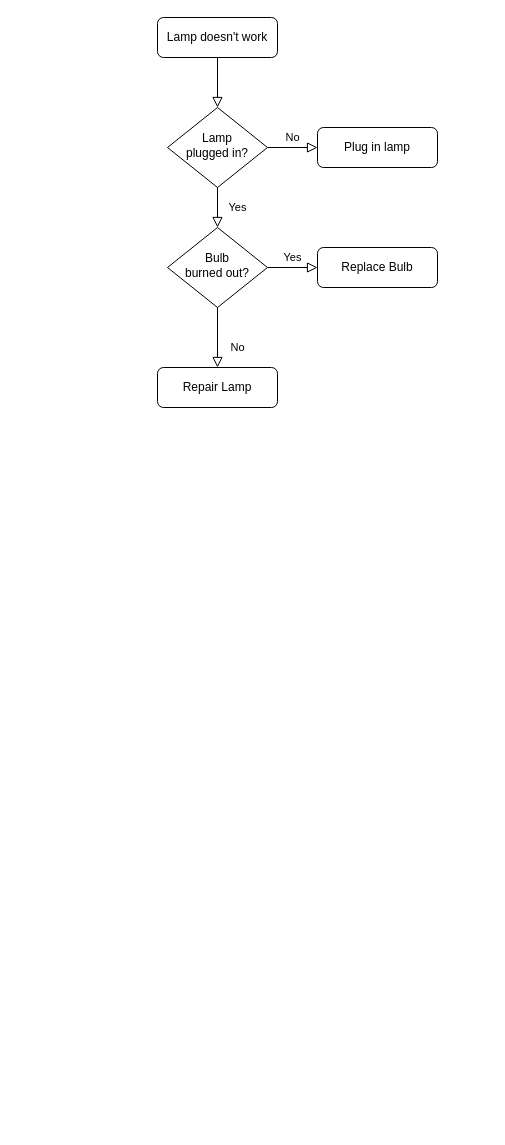
The draw.io diagram Untitled Diagram.drawio in Tobias-Gotbaum99/Tobias-Gotbaum99, before the edit. Source tidied: cells renumbered, new cells numbered last; positions are measured from the earlier drawing's top-left corner, leaving out a move shared by most shapes. Both pictures are drawn from the tidied source at 100%, with x=0, y=0 at pixel (157, 17).
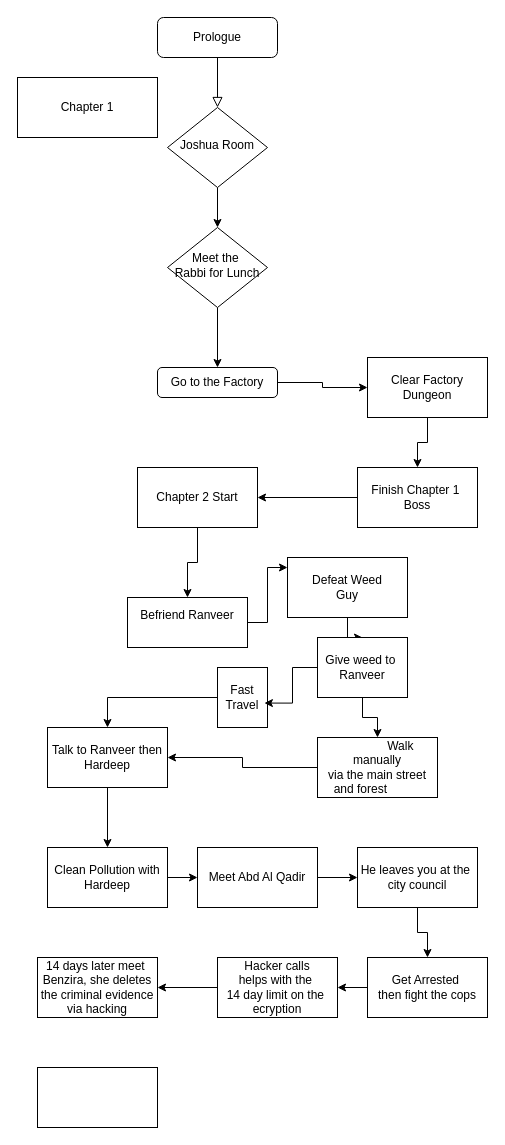
Above is the later version.

The edit, as a diff of the source:
```diff
@@
-    <mxCell id="3" value="Lamp doesn't work" style="rounded=1;whiteSpace=wrap;html=1;fontSize=12;glass=0;strokeWidth=1;shadow=0;" parent="1" vertex="1">
+    <mxCell id="3" value="Prologue" style="rounded=1;whiteSpace=wrap;html=1;fontSize=12;glass=0;strokeWidth=1;shadow=0;" parent="1" vertex="1">
       <mxGeometry width="120" height="40" as="geometry" />
     </mxCell>
-    <mxCell id="4" value="Yes" style="rounded=0;html=1;jettySize=auto;fontSize=11;endArrow=block;endFill=0;endSize=8;strokeWidth=1;shadow=0;labelBackgroundColor=none;edgeStyle=orthogonalEdgeStyle;" parent="1" edge="1" source="6" target="10">
-      <mxGeometry y="20" relative="1" as="geometry" />
+    <mxCell id="4" style="edgeStyle=orthogonalEdgeStyle;rounded=0;jettySize=auto;html=1;" parent="1" edge="1" source="6" target="10">
+      <mxGeometry relative="1" as="geometry" />
     </mxCell>
-    <mxCell id="5" value="No" style="edgeStyle=orthogonalEdgeStyle;rounded=0;html=1;jettySize=auto;fontSize=11;endArrow=block;endFill=0;endSize=8;strokeWidth=1;shadow=0;labelBackgroundColor=none;" parent="1" edge="1" source="6" target="7">
-      <mxGeometry y="10" relative="1" as="geometry" />
-    </mxCell>
-    <mxCell id="6" value="Lamp&lt;br&gt;plugged in?" style="rhombus;whiteSpace=wrap;html=1;shadow=0;fontFamily=Helvetica;fontSize=12;align=center;strokeWidth=1;spacing=6;spacingTop=-4;" parent="1" vertex="1">
+    <mxCell id="6" value="Joshua Room" style="rhombus;whiteSpace=wrap;html=1;shadow=0;fontFamily=Helvetica;fontSize=12;align=center;strokeWidth=1;spacing=6;spacingTop=-4;" parent="1" vertex="1">
       <mxGeometry x="10" y="90" width="100" height="80" as="geometry" />
     </mxCell>
-    <mxCell id="7" value="Plug in lamp" style="rounded=1;whiteSpace=wrap;html=1;fontSize=12;glass=0;strokeWidth=1;shadow=0;" parent="1" vertex="1">
-      <mxGeometry x="160" y="110" width="120" height="40" as="geometry" />
-    </mxCell>
-    <mxCell id="8" value="No" style="rounded=0;html=1;jettySize=auto;fontSize=11;endArrow=block;endFill=0;endSize=8;strokeWidth=1;shadow=0;labelBackgroundColor=none;edgeStyle=orthogonalEdgeStyle;" parent="1" edge="1" source="10" target="11">
-      <mxGeometry x="0.33" y="20" relative="1" as="geometry" />
+    <mxCell id="8" style="edgeStyle=orthogonalEdgeStyle;rounded=0;jettySize=auto;html=1;entryX=0.5;entryY=0;entryDx=0;entryDy=0;" parent="1" edge="1" source="10" target="11">
+      <mxGeometry relative="1" as="geometry" />
     </mxCell>
-    <mxCell id="9" value="Yes" style="edgeStyle=orthogonalEdgeStyle;rounded=0;html=1;jettySize=auto;fontSize=11;endArrow=block;endFill=0;endSize=8;strokeWidth=1;shadow=0;labelBackgroundColor=none;" parent="1" edge="1" source="10" target="12">
-      <mxGeometry y="10" relative="1" as="geometry" />
-    </mxCell>
-    <mxCell id="10" value="Bulb&lt;br&gt;burned out?" style="rhombus;whiteSpace=wrap;html=1;shadow=0;fontFamily=Helvetica;fontSize=12;align=center;strokeWidth=1;spacing=6;spacingTop=-4;" parent="1" vertex="1">
+    <mxCell id="10" value="Meet the&amp;nbsp;&lt;div&gt;Rabbi for Lunch&lt;/div&gt;" style="rhombus;whiteSpace=wrap;html=1;shadow=0;fontFamily=Helvetica;fontSize=12;align=center;strokeWidth=1;spacing=6;spacingTop=-4;" parent="1" vertex="1">
       <mxGeometry x="10" y="210" width="100" height="80" as="geometry" />
     </mxCell>
+    <mxCell id="13" style="edgeStyle=orthogonalEdgeStyle;rounded=0;jettySize=auto;html=1;entryX=0;entryY=0.5;entryDx=0;entryDy=0;" parent="1" edge="1" source="11" target="16">
+      <mxGeometry relative="1" as="geometry" />
+    </mxCell>
-    <mxCell id="11" value="Repair Lamp" style="rounded=1;whiteSpace=wrap;html=1;fontSize=12;glass=0;strokeWidth=1;shadow=0;" parent="1" vertex="1">
-      <mxGeometry y="350" width="120" height="40" as="geometry" />
+    <mxCell id="11" value="Go to the Factory" style="rounded=1;whiteSpace=wrap;html=1;fontSize=12;glass=0;strokeWidth=1;shadow=0;" parent="1" vertex="1">
+      <mxGeometry y="350" width="120" height="30" as="geometry" />
     </mxCell>
-    <mxCell id="12" value="Replace Bulb" style="rounded=1;whiteSpace=wrap;html=1;fontSize=12;glass=0;strokeWidth=1;shadow=0;" parent="1" vertex="1">
-      <mxGeometry x="160" y="230" width="120" height="40" as="geometry" />
-    </mxCell>
+    <mxCell id="14" value="Chapter 1" style="rounded=0;whiteSpace=wrap;html=1;" parent="1" vertex="1">
+      <mxGeometry x="-140" y="60" width="140" height="60" as="geometry" />
+    </mxCell>
+    <mxCell id="15" style="edgeStyle=orthogonalEdgeStyle;rounded=0;jettySize=auto;html=1;" parent="1" edge="1" source="16" target="18">
+      <mxGeometry relative="1" as="geometry" />
+    </mxCell>
+    <mxCell id="16" value="Clear Factory Dungeon" style="rounded=0;whiteSpace=wrap;html=1;" parent="1" vertex="1">
+      <mxGeometry x="210" y="340" width="120" height="60" as="geometry" />
+    </mxCell>
+    <mxCell id="17" style="edgeStyle=orthogonalEdgeStyle;rounded=0;jettySize=auto;html=1;" parent="1" edge="1" source="18" target="20">
+      <mxGeometry relative="1" as="geometry" />
+    </mxCell>
+    <mxCell id="18" value="Finish Chapter 1&amp;nbsp;&lt;div&gt;Boss&lt;/div&gt;" style="rounded=0;whiteSpace=wrap;html=1;" parent="1" vertex="1">
+      <mxGeometry x="200" y="450" width="120" height="60" as="geometry" />
+    </mxCell>
+    <mxCell id="19" style="edgeStyle=orthogonalEdgeStyle;rounded=0;jettySize=auto;html=1;exitX=0.5;exitY=1;exitDx=0;exitDy=0;" parent="1" edge="1" source="20" target="21">
+      <mxGeometry relative="1" as="geometry" />
+    </mxCell>
+    <mxCell id="20" value="Chapter 2 Start" style="rounded=0;whiteSpace=wrap;html=1;" parent="1" vertex="1">
+      <mxGeometry x="-20" y="450" width="120" height="60" as="geometry" />
+    </mxCell>
+    <mxCell id="21" value="Befriend Ranveer&lt;div&gt;&lt;br&gt;&lt;/div&gt;" style="rounded=0;whiteSpace=wrap;html=1;" parent="1" vertex="1">
+      <mxGeometry x="-30" y="580" width="120" height="50" as="geometry" />
+    </mxCell>
+    <mxCell id="22" style="edgeStyle=orthogonalEdgeStyle;rounded=0;jettySize=auto;html=1;" parent="1" edge="1" source="23" target="26">
+      <mxGeometry relative="1" as="geometry" />
+    </mxCell>
+    <mxCell id="23" value="Defeat Weed&lt;div&gt;Guy&lt;/div&gt;" style="rounded=0;whiteSpace=wrap;html=1;" parent="1" vertex="1">
+      <mxGeometry x="130" y="540" width="120" height="60" as="geometry" />
+    </mxCell>
+    <mxCell id="24" style="edgeStyle=orthogonalEdgeStyle;rounded=0;jettySize=auto;html=1;entryX=0;entryY=0.167;entryDx=0;entryDy=0;entryPerimeter=0;" parent="1" edge="1" source="21" target="23">
+      <mxGeometry relative="1" as="geometry" />
+    </mxCell>
+    <mxCell id="25" style="edgeStyle=orthogonalEdgeStyle;rounded=0;jettySize=auto;html=1;exitX=0.5;exitY=1;exitDx=0;exitDy=0;" parent="1" edge="1" source="26" target="30">
+      <mxGeometry relative="1" as="geometry" />
+    </mxCell>
+    <mxCell id="26" value="Give weed to&amp;nbsp;&lt;div&gt;Ranveer&lt;/div&gt;" style="rounded=0;whiteSpace=wrap;html=1;" parent="1" vertex="1">
+      <mxGeometry x="160" y="620" width="90" height="60" as="geometry" />
+    </mxCell>
+    <mxCell id="27" style="edgeStyle=orthogonalEdgeStyle;rounded=0;jettySize=auto;html=1;entryX=0.5;entryY=0;entryDx=0;entryDy=0;" parent="1" edge="1" source="28" target="33">
+      <mxGeometry relative="1" as="geometry" />
+    </mxCell>
+    <mxCell id="28" value="Fast Travel" style="rounded=0;whiteSpace=wrap;html=1;" parent="1" vertex="1">
+      <mxGeometry x="60" y="650" width="50" height="60" as="geometry" />
+    </mxCell>
+    <mxCell id="29" style="edgeStyle=orthogonalEdgeStyle;rounded=0;jettySize=auto;html=1;" parent="1" edge="1" source="30" target="33">
+      <mxGeometry relative="1" as="geometry" />
+    </mxCell>
+    <mxCell id="30" value="&amp;nbsp; &amp;nbsp; &amp;nbsp; &amp;nbsp; &amp;nbsp; &amp;nbsp; &amp;nbsp; Walk manually&lt;div&gt;via the main street&lt;/div&gt;&lt;div&gt;and forest&amp;nbsp; &amp;nbsp; &amp;nbsp; &amp;nbsp; &amp;nbsp;&amp;nbsp;&lt;/div&gt;" style="rounded=0;whiteSpace=wrap;html=1;" parent="1" vertex="1">
+      <mxGeometry x="160" y="720" width="120" height="60" as="geometry" />
+    </mxCell>
+    <mxCell id="31" style="edgeStyle=orthogonalEdgeStyle;rounded=0;jettySize=auto;html=1;entryX=0.938;entryY=0.593;entryDx=0;entryDy=0;entryPerimeter=0;" parent="1" edge="1" source="26" target="28">
+      <mxGeometry relative="1" as="geometry" />
+    </mxCell>
+    <mxCell id="32" style="edgeStyle=orthogonalEdgeStyle;rounded=0;jettySize=auto;html=1;" parent="1" edge="1" source="33" target="35">
+      <mxGeometry relative="1" as="geometry" />
+    </mxCell>
+    <mxCell id="33" value="Talk to Ranveer then Hardeep" style="rounded=0;whiteSpace=wrap;html=1;" parent="1" vertex="1">
+      <mxGeometry x="-110" y="710" width="120" height="60" as="geometry" />
+    </mxCell>
+    <mxCell id="34" style="edgeStyle=orthogonalEdgeStyle;rounded=0;jettySize=auto;html=1;entryX=0;entryY=0.5;entryDx=0;entryDy=0;" parent="1" edge="1" source="35" target="37">
+      <mxGeometry relative="1" as="geometry" />
+    </mxCell>
+    <mxCell id="35" value="Clean Pollution with Hardeep" style="rounded=0;whiteSpace=wrap;html=1;" parent="1" vertex="1">
+      <mxGeometry x="-110" y="830" width="120" height="60" as="geometry" />
+    </mxCell>
+    <mxCell id="36" style="edgeStyle=orthogonalEdgeStyle;rounded=0;jettySize=auto;html=1;entryX=0;entryY=0.5;entryDx=0;entryDy=0;" parent="1" edge="1" source="37" target="39">
+      <mxGeometry relative="1" as="geometry" />
+    </mxCell>
+    <mxCell id="37" value="Meet Abd Al Qadir" style="rounded=0;whiteSpace=wrap;html=1;" parent="1" vertex="1">
+      <mxGeometry x="40" y="830" width="120" height="60" as="geometry" />
+    </mxCell>
+    <mxCell id="38" style="edgeStyle=orthogonalEdgeStyle;rounded=0;jettySize=auto;html=1;" parent="1" edge="1" source="39" target="41">
+      <mxGeometry relative="1" as="geometry" />
+    </mxCell>
+    <mxCell id="39" value="He leaves you at the&amp;nbsp;&lt;div&gt;city council&lt;/div&gt;" style="rounded=0;whiteSpace=wrap;html=1;" parent="1" vertex="1">
+      <mxGeometry x="200" y="830" width="120" height="60" as="geometry" />
+    </mxCell>
+    <mxCell id="40" style="edgeStyle=orthogonalEdgeStyle;rounded=0;jettySize=auto;html=1;" parent="1" edge="1" source="41" target="43">
+      <mxGeometry relative="1" as="geometry" />
+    </mxCell>
+    <mxCell id="41" value="Get Arrested&amp;nbsp;&lt;div&gt;then fight the cops&lt;/div&gt;" style="rounded=0;whiteSpace=wrap;html=1;" parent="1" vertex="1">
+      <mxGeometry x="210" y="940" width="120" height="60" as="geometry" />
+    </mxCell>
+    <mxCell id="42" style="edgeStyle=orthogonalEdgeStyle;rounded=0;jettySize=auto;html=1;" parent="1" edge="1" source="43" target="44">
+      <mxGeometry relative="1" as="geometry" />
+    </mxCell>
+    <mxCell id="43" value="Hacker calls&lt;div&gt;helps with the&amp;nbsp;&lt;/div&gt;&lt;div&gt;14 day limit on the&amp;nbsp;&lt;/div&gt;&lt;div&gt;ecryption&lt;/div&gt;" style="rounded=0;whiteSpace=wrap;html=1;" parent="1" vertex="1">
+      <mxGeometry x="60" y="940" width="120" height="60" as="geometry" />
+    </mxCell>
+    <mxCell id="44" value="14 days later meet&amp;nbsp;&lt;div&gt;Benzira, she deletes&lt;/div&gt;&lt;div&gt;the criminal evidence via hacking&lt;/div&gt;" style="rounded=0;whiteSpace=wrap;html=1;" parent="1" vertex="1">
+      <mxGeometry x="-120" y="940" width="120" height="60" as="geometry" />
+    </mxCell>
+    <mxCell id="45" style="rounded=0;whiteSpace=wrap;html=1;" parent="1" vertex="1">
+      <mxGeometry x="-120" y="1050" width="120" height="60" as="geometry" />
+    </mxCell>
```
